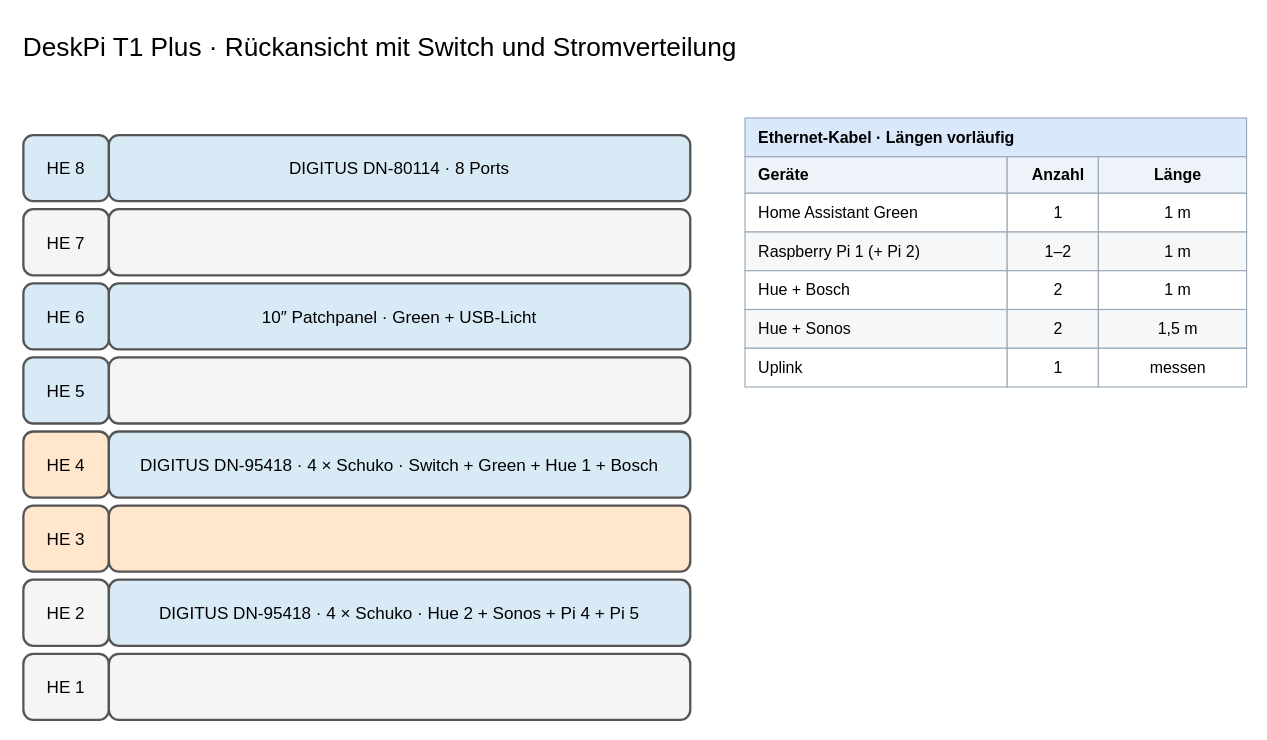
tiptronic/diagrams keeps this draw.io diagram as page "DeskPi 8 HE – Rückseite" (3 of 6) of 10-zoll-rack-planung.drawio. Above is the earlier version. Source tidied: cells renumbered, new cells numbered last; positions are measured from the earlier drawing's top-left corner, leaving out a move shared by most shapes. Both pictures are drawn from the tidied source at 114%, with x=0, y=0 at pixel (21, 21).
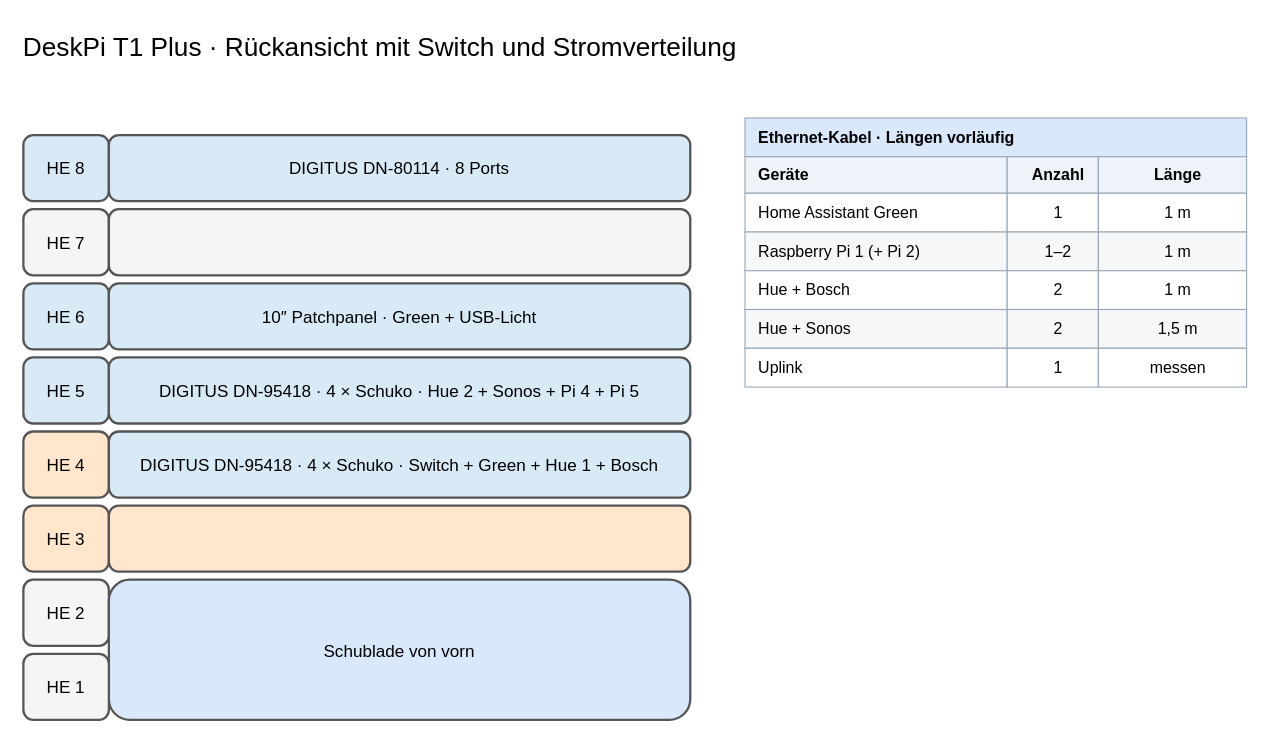
Above is the later version.

Diff of the diagram source:
```diff
@@
-    <mxCell id="10" style="rounded=1;whiteSpace=wrap;html=1;align=center;verticalAlign=middle;strokeWidth=2;fontSize=15;fillColor=#f5f5f5;strokeColor=#555555;" parent="1" vertex="1">
+    <mxCell id="10" value="DIGITUS DN-95418 · 4 × Schuko · Hue 2 + Sonos + Pi 4 + Pi 5" style="rounded=1;whiteSpace=wrap;html=1;align=center;verticalAlign=middle;strokeWidth=2;fontSize=15;fillColor=#d9eaf7;strokeColor=#555555;" parent="1" vertex="1">
       <mxGeometry x="77" y="295" width="510" height="58" as="geometry" />
     </mxCell>
@@
-    <mxCell id="16" value="DIGITUS DN-95418 · 4 × Schuko · Hue 2 + Sonos + Pi 4 + Pi 5" style="rounded=1;whiteSpace=wrap;html=1;align=center;verticalAlign=middle;strokeWidth=2;fontSize=15;fillColor=#d9eaf7;strokeColor=#555555;" parent="1" vertex="1">
-      <mxGeometry x="77" y="490" width="510" height="58" as="geometry" />
+    <mxCell id="16" value="Schublade von vorn" style="rounded=1;whiteSpace=wrap;html=1;align=center;verticalAlign=middle;strokeWidth=2;fontSize=15;fillColor=#dae8fc;strokeColor=#555555;" parent="1" vertex="1">
+      <mxGeometry x="77" y="490" width="510" height="123" as="geometry" />
     </mxCell>
@@
-    <mxCell id="18" style="rounded=1;whiteSpace=wrap;html=1;align=center;verticalAlign=middle;strokeWidth=2;fontSize=15;fillColor=#f5f5f5;strokeColor=#555555;" parent="1" vertex="1">
-      <mxGeometry x="77" y="555" width="510" height="58" as="geometry" />
-    </mxCell>
```
